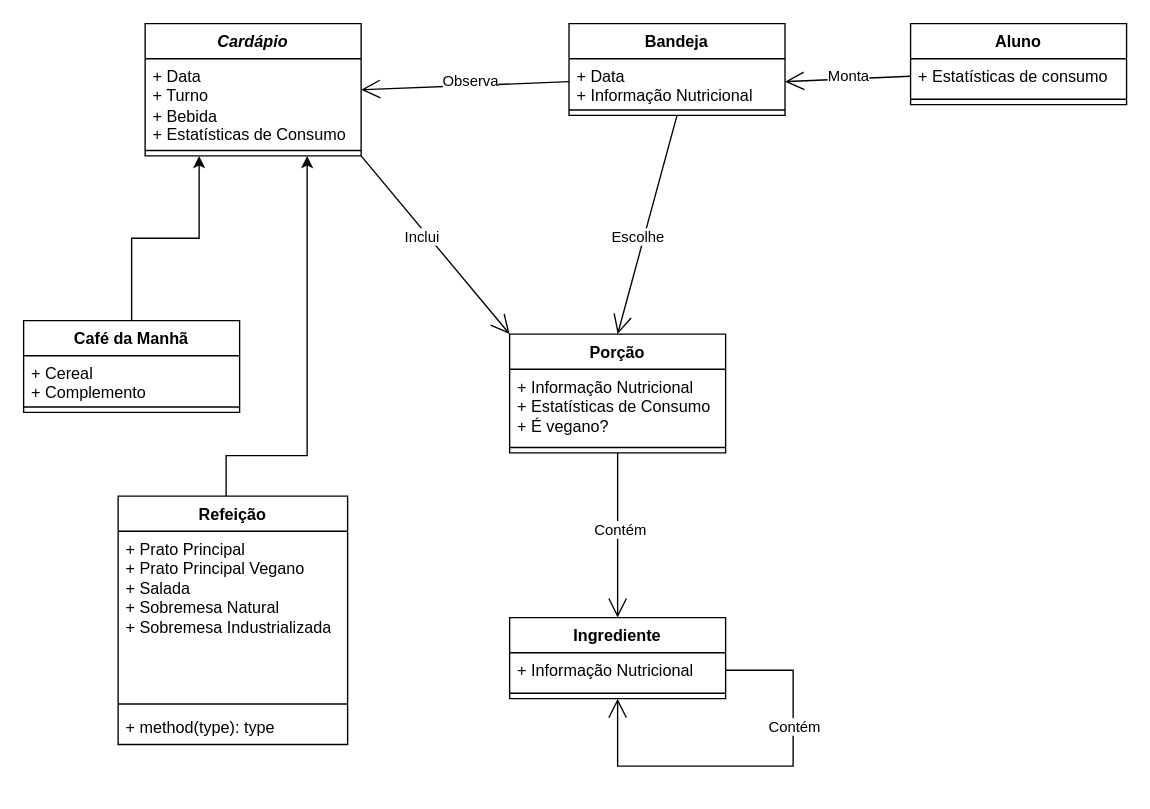
Earlier version of the draw.io diagram lab02/extra/lab02_UML.drawio (uniaovasko/vasco). Source tidied: cells renumbered, new cells numbered last; positions are measured from the earlier drawing's top-left corner, leaving out a move shared by most shapes. Both pictures are drawn from the tidied source at 135%, with x=0, y=0 at pixel (23, 23).
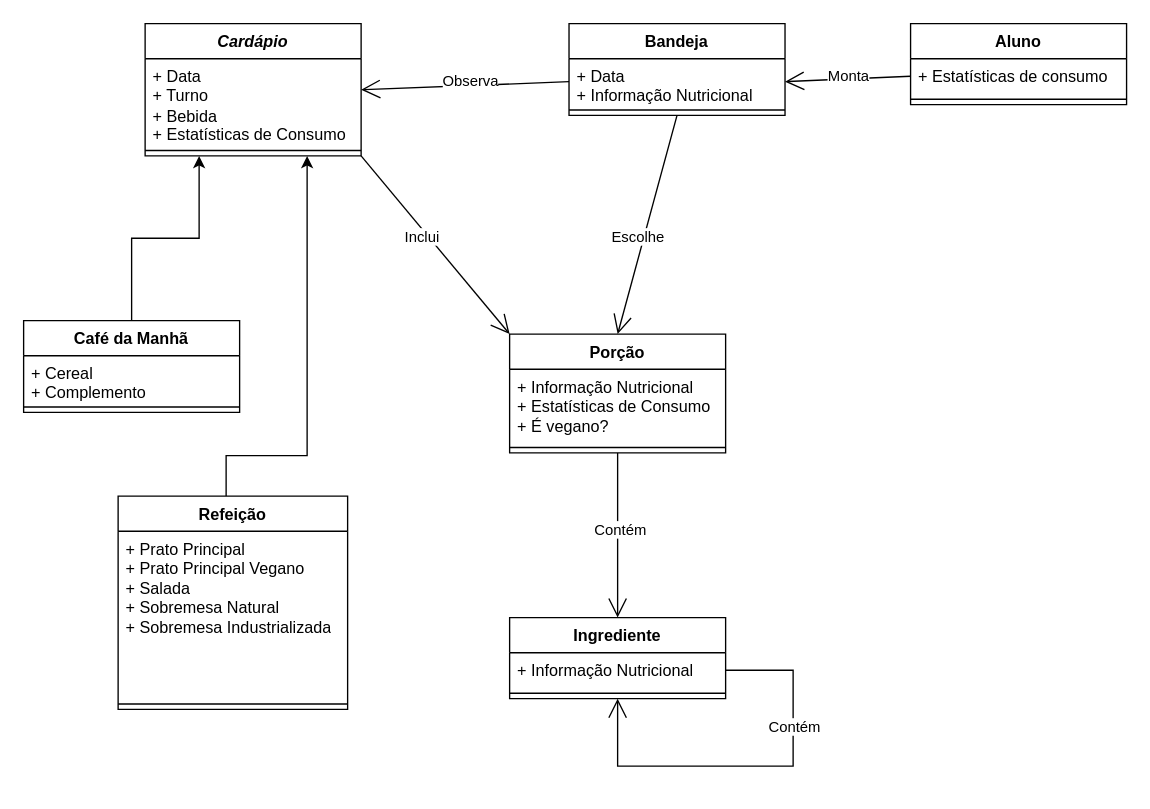
Above is the later version.

Change to the diagram source:
```diff
@@
     <mxCell id="15" value="Refeição" style="swimlane;fontStyle=1;align=center;verticalAlign=top;horizontal=1;startSize=26;whiteSpace=wrap;html=1;" parent="1" vertex="1">
-      <mxGeometry x="70" y="350" width="170" height="184" as="geometry" />
+      <mxGeometry x="70" y="350" width="170" height="158" as="geometry" />
     </mxCell>
@@
-    <mxCell id="18" value="+ method(type): type" style="text;strokeColor=none;fillColor=none;align=left;verticalAlign=top;spacingLeft=4;spacingRight=4;overflow=hidden;whiteSpace=wrap;html=1;" parent="15" vertex="1">
-      <mxGeometry y="158" width="170" height="26" as="geometry" />
-    </mxCell>
```
